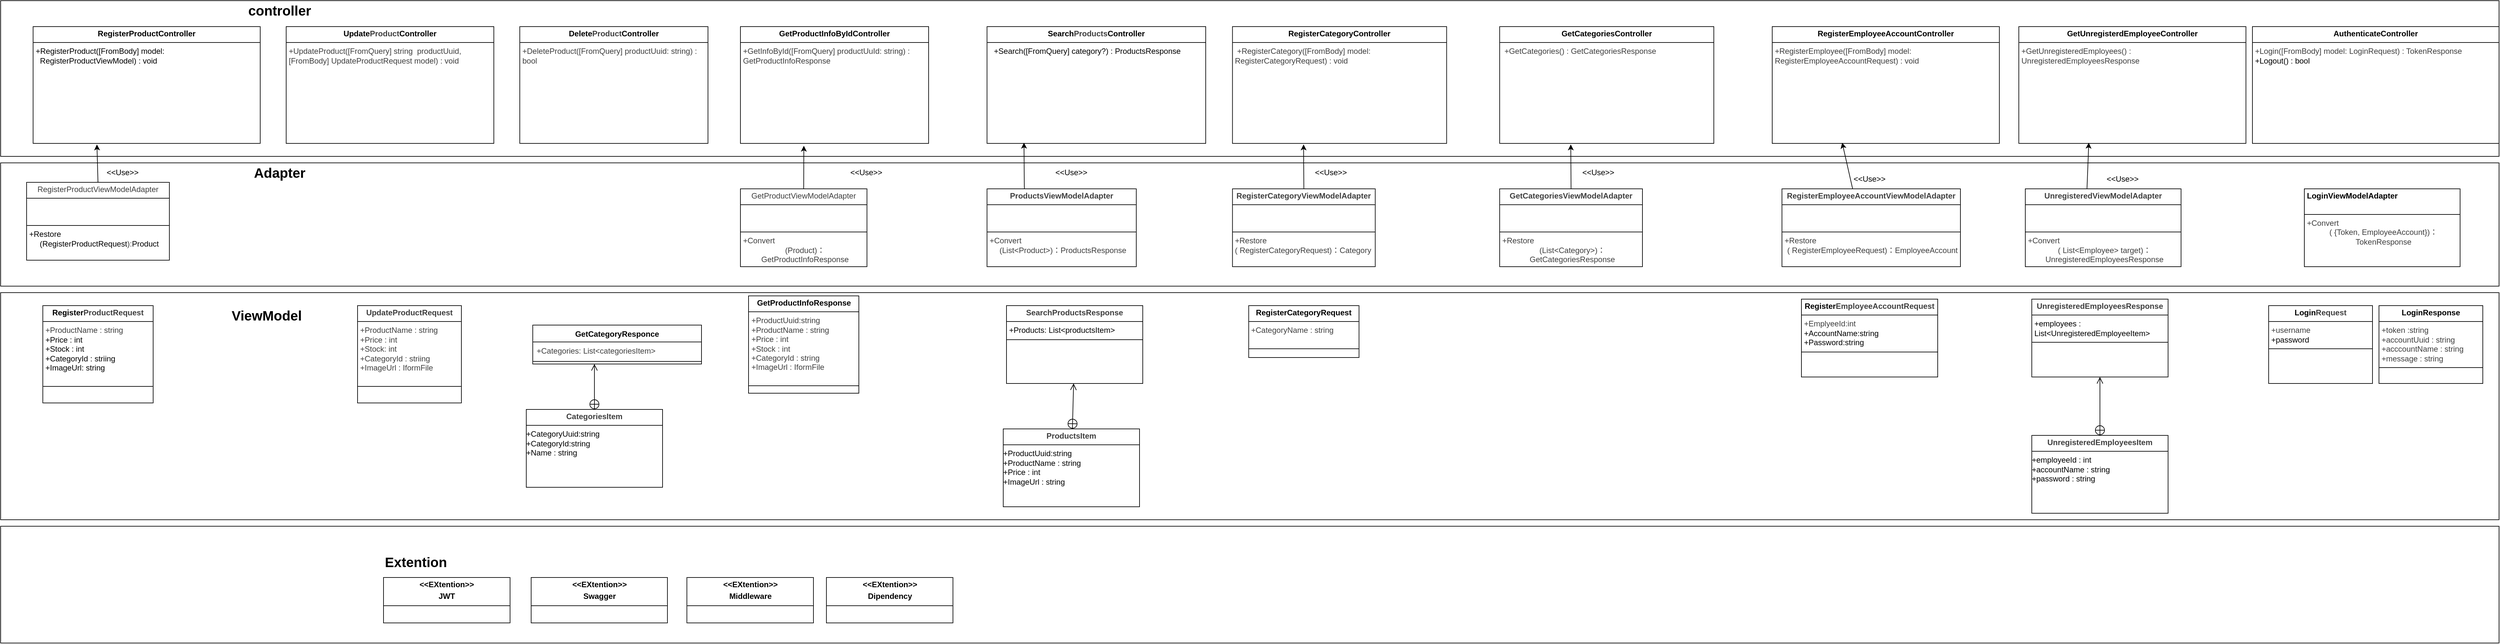
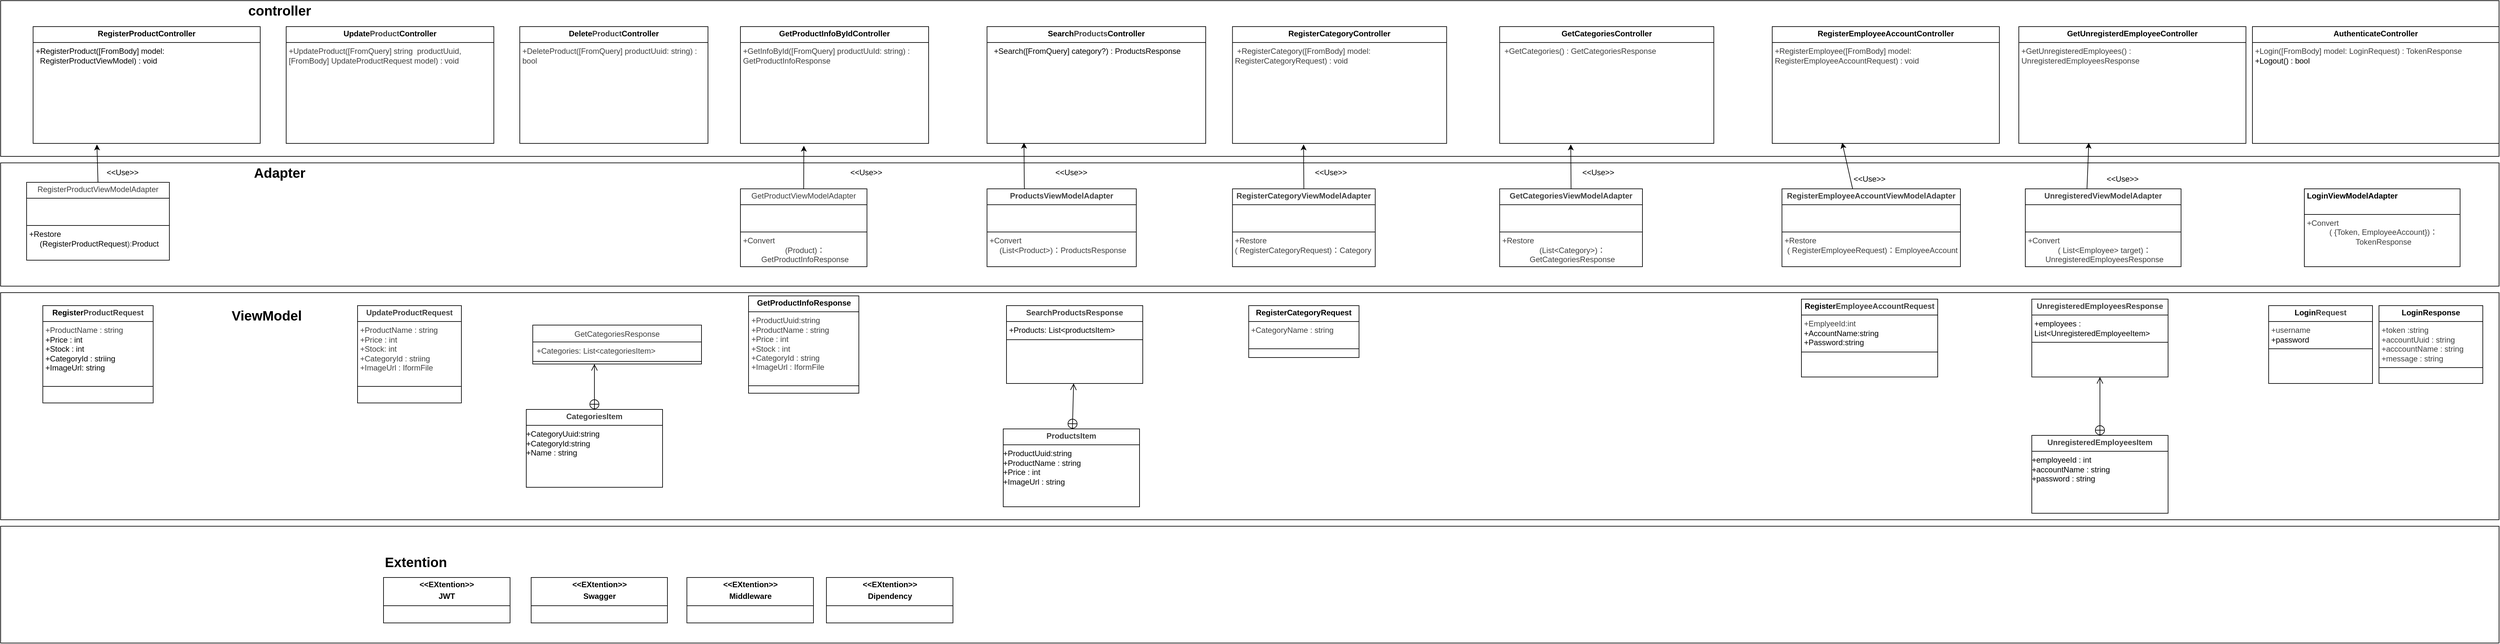
<mxfile host="65bd71144e">
    <diagram id="EApjV0AEF5bl3lN2ML2e" name="ページ1">
-         <mxGraphModel dx="2046" dy="498" grid="1" gridSize="10" guides="1" tooltips="1" connect="1" arrows="1" fold="1" page="1" pageScale="1" pageWidth="827" pageHeight="1169" math="0" shadow="0">
+         <mxGraphModel dx="2278" dy="413" grid="1" gridSize="10" guides="1" tooltips="1" connect="1" arrows="1" fold="1" page="1" pageScale="1" pageWidth="827" pageHeight="1169" math="0" shadow="0">
            <root>
                <mxCell id="0"/>
                <mxCell id="1" parent="0"/>
                <mxCell id="115" value="" style="rounded=0;whiteSpace=wrap;html=1;" parent="1" vertex="1">
                    <mxGeometry x="-1030" y="1640" width="3850" height="180" as="geometry"/>
                </mxCell>
                <mxCell id="110" value="" style="rounded=0;whiteSpace=wrap;html=1;" parent="1" vertex="1">
                    <mxGeometry x="-1030" y="1280" width="3850" height="350" as="geometry"/>
                </mxCell>
                <mxCell id="108" value="" style="rounded=0;whiteSpace=wrap;html=1;" parent="1" vertex="1">
                    <mxGeometry x="-1030" y="830" width="3850" height="240" as="geometry"/>
                </mxCell>
                <mxCell id="66" value="" style="rounded=0;whiteSpace=wrap;html=1;" parent="1" vertex="1">
                    <mxGeometry x="-1030" y="1080" width="3850" height="190" as="geometry"/>
                </mxCell>
                <mxCell id="2" value="&lt;p style=&quot;margin:0px;margin-top:4px;text-align:center;&quot;&gt;&lt;b&gt;RegisterProductController&lt;/b&gt;&lt;/p&gt;&lt;hr size=&quot;1&quot; style=&quot;border-style:solid;&quot;&gt;&lt;p style=&quot;margin:0px;margin-left:4px;&quot;&gt;+RegisterProduct([FromBody] model:&amp;nbsp; &amp;nbsp;&amp;nbsp;&lt;/p&gt;&lt;p style=&quot;margin:0px;margin-left:4px;&quot;&gt;&amp;nbsp; RegisterProductViewModel) : void&lt;/p&gt;&lt;div&gt;&lt;br&gt;&lt;/div&gt;" style="verticalAlign=top;align=left;overflow=fill;html=1;whiteSpace=wrap;" parent="1" vertex="1">
                    <mxGeometry x="-980" y="870" width="350" height="180" as="geometry"/>
                </mxCell>
                <mxCell id="3" value="&lt;p style=&quot;margin:0px;margin-top:4px;text-align:center;&quot;&gt;&lt;b&gt;Register&lt;span style=&quot;color: rgb(63, 63, 63);&quot;&gt;ProductRequest&lt;/span&gt;&lt;/b&gt;&lt;/p&gt;&lt;hr size=&quot;1&quot; style=&quot;border-style:solid;&quot;&gt;&lt;p style=&quot;margin:0px;margin-left:4px;&quot;&gt;&lt;span style=&quot;color: rgb(63, 63, 63); background-color: transparent;&quot;&gt;+ProductName : string&lt;/span&gt;&lt;/p&gt;&lt;p style=&quot;margin:0px;margin-left:4px;&quot;&gt;+Price : int&lt;/p&gt;&lt;p style=&quot;margin:0px;margin-left:4px;&quot;&gt;+Stock : int&lt;/p&gt;&lt;p style=&quot;margin:0px;margin-left:4px;&quot;&gt;+CategoryId : striing&lt;/p&gt;&lt;p style=&quot;margin:0px;margin-left:4px;&quot;&gt;+ImageUrl: string&lt;/p&gt;&lt;p style=&quot;margin:0px;margin-left:4px;&quot;&gt;&lt;br&gt;&lt;/p&gt;&lt;hr size=&quot;1&quot; style=&quot;border-style:solid;&quot;&gt;&lt;p style=&quot;margin:0px;margin-left:4px;&quot;&gt;&lt;br&gt;&lt;/p&gt;" style="verticalAlign=top;align=left;overflow=fill;html=1;whiteSpace=wrap;" parent="1" vertex="1">
                    <mxGeometry x="-965" y="1300" width="170" height="150" as="geometry"/>
                </mxCell>
                <mxCell id="4" value="&lt;p style=&quot;margin:0px;margin-top:4px;text-align:center;&quot;&gt;&lt;span style=&quot;color: rgb(63, 63, 63); background-color: transparent;&quot;&gt;Register&lt;span style=&quot;color: rgb(63, 63, 63); scrollbar-color: rgb(226, 226, 226) rgb(251, 251, 251);&quot;&gt;Product&lt;/span&gt;ViewModelAdapter&lt;/span&gt;&lt;/p&gt;&lt;hr size=&quot;1&quot; style=&quot;border-style:solid;&quot;&gt;&lt;p style=&quot;margin:0px;margin-left:4px;&quot;&gt;&lt;br&gt;&lt;/p&gt;&lt;p style=&quot;margin:0px;margin-left:4px;&quot;&gt;&lt;br&gt;&lt;/p&gt;&lt;hr size=&quot;1&quot; style=&quot;border-style:solid;&quot;&gt;&lt;p style=&quot;margin:0px;margin-left:4px;&quot;&gt;+Restore&lt;/p&gt;&lt;p style=&quot;text-align: center; margin: 0px 0px 0px 4px;&quot;&gt;&lt;span style=&quot;background-color: transparent;&quot;&gt;(RegisterProductRequest&lt;/span&gt;&lt;span style=&quot;background-color: transparent; color: rgb(63, 63, 63);&quot;&gt;):&lt;/span&gt;&lt;span style=&quot;background-color: transparent;&quot;&gt;Product&lt;/span&gt;&lt;/p&gt;" style="verticalAlign=top;align=left;overflow=fill;html=1;whiteSpace=wrap;" parent="1" vertex="1">
                    <mxGeometry x="-990" y="1110" width="220" height="120" as="geometry"/>
                </mxCell>
                <mxCell id="5" value="&lt;p style=&quot;margin:0px;margin-top:4px;text-align:center;&quot;&gt;&lt;b&gt;Update&lt;/b&gt;&lt;b style=&quot;color: rgb(63, 63, 63); scrollbar-color: rgb(226, 226, 226) rgb(251, 251, 251);&quot;&gt;Product&lt;/b&gt;&lt;b&gt;Controller&lt;/b&gt;&lt;/p&gt;&lt;hr size=&quot;1&quot; style=&quot;border-style:solid;&quot;&gt;&lt;p style=&quot;margin:0px;margin-left:4px;&quot;&gt;&lt;/p&gt;&lt;p style=&quot;margin:0px;margin-left:4px;&quot;&gt;&lt;span style=&quot;color: rgb(63, 63, 63); background-color: transparent;&quot;&gt;+UpdateProduct([FromQuery] string&amp;nbsp; productUuid,&amp;nbsp; [FromBody] UpdateProductRequest model) : void&lt;/span&gt;&lt;/p&gt;" style="verticalAlign=top;align=left;overflow=fill;html=1;whiteSpace=wrap;" parent="1" vertex="1">
                    <mxGeometry x="-590" y="870" width="320" height="180" as="geometry"/>
                </mxCell>
                <mxCell id="6" value="&lt;p style=&quot;margin:0px;margin-top:4px;text-align:center;&quot;&gt;&lt;b&gt;Delete&lt;/b&gt;&lt;b style=&quot;color: rgb(63, 63, 63); scrollbar-color: rgb(226, 226, 226) rgb(251, 251, 251);&quot;&gt;Product&lt;/b&gt;&lt;b&gt;Controller&lt;/b&gt;&lt;/p&gt;&lt;hr size=&quot;1&quot; style=&quot;border-style:solid;&quot;&gt;&lt;p style=&quot;color: rgb(63, 63, 63); scrollbar-color: rgb(226, 226, 226) rgb(251, 251, 251); margin: 0px 0px 0px 4px;&quot;&gt;&lt;span style=&quot;background-color: transparent;&quot;&gt;+DeleteProduct([FromQuery] productUuid: string) : bool&lt;/span&gt;&lt;/p&gt;" style="verticalAlign=top;align=left;overflow=fill;html=1;whiteSpace=wrap;" parent="1" vertex="1">
                    <mxGeometry x="-230" y="870" width="290" height="180" as="geometry"/>
                </mxCell>
                <mxCell id="7" value="&lt;p style=&quot;margin:0px;margin-top:4px;text-align:center;&quot;&gt;&lt;b&gt;Search&lt;/b&gt;&lt;b style=&quot;color: rgb(63, 63, 63); scrollbar-color: rgb(226, 226, 226) rgb(251, 251, 251);&quot;&gt;Products&lt;/b&gt;&lt;b&gt;Controller&lt;/b&gt;&lt;/p&gt;&lt;hr size=&quot;1&quot; style=&quot;border-style:solid;&quot;&gt;&lt;p style=&quot;margin:0px;margin-left:4px;&quot;&gt;&amp;nbsp; +Search([FromQuery] category?) : ProductsResponse&lt;/p&gt;" style="verticalAlign=top;align=left;overflow=fill;html=1;whiteSpace=wrap;" parent="1" vertex="1">
                    <mxGeometry x="490" y="870" width="337" height="180" as="geometry"/>
                </mxCell>
                <mxCell id="8" value="&lt;p style=&quot;margin:0px;margin-top:4px;text-align:center;&quot;&gt;&lt;b&gt;RegisterEmployeeAccountController&lt;/b&gt;&lt;/p&gt;&lt;hr size=&quot;1&quot; style=&quot;border-style:solid;&quot;&gt;&lt;p style=&quot;margin:0px;margin-left:4px;&quot;&gt;&lt;span style=&quot;color: rgb(63, 63, 63); background-color: transparent;&quot;&gt;+RegisterEmployee([FromBody] model: RegisterEmployeeAccountRequest) : void&lt;/span&gt;&lt;/p&gt;&lt;div&gt;&lt;br&gt;&lt;/div&gt;" style="verticalAlign=top;align=left;overflow=fill;html=1;whiteSpace=wrap;" parent="1" vertex="1">
                    <mxGeometry x="1700" y="870" width="350" height="180" as="geometry"/>
                </mxCell>
                <mxCell id="9" value="&lt;p style=&quot;margin:0px;margin-top:4px;text-align:center;&quot;&gt;&lt;b&gt;AuthenticateController&lt;/b&gt;&lt;/p&gt;&lt;hr size=&quot;1&quot; style=&quot;border-style:solid;&quot;&gt;&lt;p style=&quot;margin:0px;margin-left:4px;&quot;&gt;&lt;span style=&quot;color: rgb(63, 63, 63); background-color: transparent;&quot;&gt;+Login([FromBody] model: LoginRequest) : TokenResponse&amp;nbsp;&lt;/span&gt;&lt;/p&gt;&lt;p style=&quot;margin:0px;margin-left:4px;&quot;&gt;+Logout() : bool&lt;/p&gt;" style="verticalAlign=top;align=left;overflow=fill;html=1;whiteSpace=wrap;" parent="1" vertex="1">
                    <mxGeometry x="2440" y="870" width="380" height="180" as="geometry"/>
                </mxCell>
                <mxCell id="10" value="&lt;p style=&quot;margin:0px;margin-top:4px;text-align:center;&quot;&gt;&lt;b&gt;&lt;span style=&quot;background-color: transparent; color: rgb(63, 63, 63); scrollbar-color: rgb(226, 226, 226) rgb(251, 251, 251);&quot;&gt;Update&lt;/span&gt;&lt;span style=&quot;color: rgb(63, 63, 63);&quot;&gt;ProductRequest&lt;/span&gt;&lt;/b&gt;&lt;/p&gt;&lt;hr size=&quot;1&quot; style=&quot;border-style:solid;&quot;&gt;&lt;p style=&quot;color: rgb(63, 63, 63); scrollbar-color: rgb(226, 226, 226) rgb(251, 251, 251); margin: 0px 0px 0px 4px;&quot;&gt;&lt;span style=&quot;scrollbar-color: rgb(226, 226, 226) rgb(251, 251, 251); background-color: transparent; color: rgb(63, 63, 63);&quot;&gt;+ProductName : string&lt;/span&gt;&lt;/p&gt;&lt;p style=&quot;color: rgb(63, 63, 63); scrollbar-color: rgb(226, 226, 226) rgb(251, 251, 251); margin: 0px 0px 0px 4px;&quot;&gt;+Price : int&lt;/p&gt;&lt;p style=&quot;color: rgb(63, 63, 63); scrollbar-color: rgb(226, 226, 226) rgb(251, 251, 251); margin: 0px 0px 0px 4px;&quot;&gt;+Stock: int&lt;/p&gt;&lt;p style=&quot;color: rgb(63, 63, 63); scrollbar-color: rgb(226, 226, 226) rgb(251, 251, 251); margin: 0px 0px 0px 4px;&quot;&gt;+CategoryId : striing&lt;/p&gt;&lt;p style=&quot;color: rgb(63, 63, 63); scrollbar-color: rgb(226, 226, 226) rgb(251, 251, 251); margin: 0px 0px 0px 4px;&quot;&gt;+ImageUrl : IformFile&lt;/p&gt;&lt;p style=&quot;color: rgb(63, 63, 63); scrollbar-color: rgb(226, 226, 226) rgb(251, 251, 251); margin: 0px 0px 0px 4px;&quot;&gt;&lt;br style=&quot;color: rgb(63, 63, 63); scrollbar-color: rgb(226, 226, 226) rgb(251, 251, 251);&quot;&gt;&lt;/p&gt;&lt;hr size=&quot;1&quot; style=&quot;border-style:solid;&quot;&gt;&lt;p style=&quot;margin:0px;margin-left:4px;&quot;&gt;&lt;br&gt;&lt;/p&gt;" style="verticalAlign=top;align=left;overflow=fill;html=1;whiteSpace=wrap;" parent="1" vertex="1">
                    <mxGeometry x="-480" y="1300" width="160" height="150" as="geometry"/>
                </mxCell>
                <mxCell id="12" value="&lt;p style=&quot;margin:0px;margin-top:4px;text-align:center;&quot;&gt;&lt;b&gt;Register&lt;/b&gt;&lt;b style=&quot;scrollbar-color: rgb(226, 226, 226) rgb(251, 251, 251); background-color: transparent; color: rgb(63, 63, 63);&quot;&gt;EmployeeAccountRequest&lt;/b&gt;&lt;/p&gt;&lt;hr size=&quot;1&quot; style=&quot;border-style:solid;&quot;&gt;&lt;p style=&quot;margin:0px;margin-left:4px;&quot;&gt;&lt;span style=&quot;color: rgb(63, 63, 63); background-color: transparent;&quot;&gt;+EmplyeeId:int&lt;/span&gt;&lt;/p&gt;&lt;p style=&quot;margin:0px;margin-left:4px;&quot;&gt;+AccountName:string&lt;/p&gt;&lt;p style=&quot;margin:0px;margin-left:4px;&quot;&gt;+Password:string&lt;/p&gt;&lt;hr size=&quot;1&quot; style=&quot;border-style:solid;&quot;&gt;&lt;p style=&quot;margin:0px;margin-left:4px;&quot;&gt;&lt;br&gt;&lt;/p&gt;" style="verticalAlign=top;align=left;overflow=fill;html=1;whiteSpace=wrap;" parent="1" vertex="1">
                    <mxGeometry x="1745" y="1290" width="210" height="120" as="geometry"/>
                </mxCell>
                <mxCell id="13" value="&lt;p style=&quot;margin:0px;margin-top:4px;text-align:center;&quot;&gt;&lt;b style=&quot;color: rgb(63, 63, 63); background-color: transparent;&quot;&gt;Register&lt;span style=&quot;color: rgb(63, 63, 63);&quot;&gt;EmployeeAccount&lt;/span&gt;ViewModelAdapter&lt;/b&gt;&lt;/p&gt;&lt;hr size=&quot;1&quot; style=&quot;border-style:solid;&quot;&gt;&lt;p style=&quot;margin:0px;margin-left:4px;&quot;&gt;&lt;br&gt;&lt;/p&gt;&lt;p style=&quot;margin:0px;margin-left:4px;&quot;&gt;&lt;br&gt;&lt;/p&gt;&lt;hr size=&quot;1&quot; style=&quot;border-style:solid;&quot;&gt;&lt;p style=&quot;margin:0px;margin-left:4px;&quot;&gt;&lt;span style=&quot;color: rgb(63, 63, 63); scrollbar-color: rgb(226, 226, 226) rgb(251, 251, 251); background-color: transparent;&quot;&gt;+Restore&lt;/span&gt;&lt;/p&gt;&lt;p style=&quot;text-align: center; margin: 0px 0px 0px 4px;&quot;&gt;&lt;span style=&quot;color: rgb(63, 63, 63); scrollbar-color: rgb(226, 226, 226) rgb(251, 251, 251); background-color: transparent;&quot;&gt;(&lt;/span&gt;&lt;span style=&quot;scrollbar-color: rgb(226, 226, 226) rgb(251, 251, 251); background-color: transparent; text-align: center; color: rgb(63, 63, 63);&quot;&gt;&amp;nbsp;RegisterEmployeeRequest&lt;/span&gt;&lt;span style=&quot;background-color: transparent; scrollbar-color: rgb(226, 226, 226) rgb(251, 251, 251); color: rgb(63, 63, 63);&quot;&gt;)&lt;/span&gt;&lt;span style=&quot;background-color: transparent; color: rgb(63, 63, 63);&quot;&gt;：EmployeeAccount&lt;/span&gt;&lt;/p&gt;" style="verticalAlign=top;align=left;overflow=fill;html=1;whiteSpace=wrap;" parent="1" vertex="1">
                    <mxGeometry x="1715" y="1120" width="275" height="120" as="geometry"/>
                </mxCell>
                <mxCell id="16" value="&lt;p style=&quot;margin:0px;margin-top:4px;text-align:center;&quot;&gt;&lt;b&gt;Login&lt;span style=&quot;color: rgb(63, 63, 63);&quot;&gt;Request&lt;/span&gt;&lt;/b&gt;&lt;/p&gt;&lt;hr size=&quot;1&quot; style=&quot;border-style:solid;&quot;&gt;&lt;p style=&quot;margin:0px;margin-left:4px;&quot;&gt;&lt;span style=&quot;color: rgb(63, 63, 63); background-color: transparent;&quot;&gt;+username&lt;/span&gt;&lt;/p&gt;&lt;p style=&quot;margin:0px;margin-left:4px;&quot;&gt;+password&lt;/p&gt;&lt;hr size=&quot;1&quot; style=&quot;border-style:solid;&quot;&gt;&lt;p style=&quot;margin:0px;margin-left:4px;&quot;&gt;&lt;br&gt;&lt;/p&gt;" style="verticalAlign=top;align=left;overflow=fill;html=1;whiteSpace=wrap;" parent="1" vertex="1">
                    <mxGeometry x="2465" y="1300" width="160" height="120" as="geometry"/>
                </mxCell>
                <mxCell id="17" value="&lt;p style=&quot;margin:0px;margin-top:4px;text-align:center;&quot;&gt;&lt;b&gt;LoginResponse&lt;/b&gt;&lt;/p&gt;&lt;hr size=&quot;1&quot; style=&quot;border-style:solid;&quot;&gt;&lt;p style=&quot;margin:0px;margin-left:4px;&quot;&gt;&lt;span style=&quot;color: rgb(63, 63, 63); background-color: transparent;&quot;&gt;+token :string&lt;/span&gt;&lt;/p&gt;&lt;p style=&quot;margin:0px;margin-left:4px;&quot;&gt;&lt;span style=&quot;color: rgb(63, 63, 63); background-color: transparent;&quot;&gt;+accountUuid : string&lt;/span&gt;&lt;/p&gt;&lt;p style=&quot;margin:0px;margin-left:4px;&quot;&gt;&lt;span style=&quot;color: rgb(63, 63, 63); background-color: transparent;&quot;&gt;+acccountName : string&lt;/span&gt;&lt;/p&gt;&lt;p style=&quot;margin:0px;margin-left:4px;&quot;&gt;&lt;span style=&quot;color: rgb(63, 63, 63); background-color: transparent;&quot;&gt;+message : string&lt;/span&gt;&lt;/p&gt;&lt;hr size=&quot;1&quot; style=&quot;border-style:solid;&quot;&gt;&lt;p style=&quot;margin:0px;margin-left:4px;&quot;&gt;&lt;br&gt;&lt;/p&gt;" style="verticalAlign=top;align=left;overflow=fill;html=1;whiteSpace=wrap;" parent="1" vertex="1">
                    <mxGeometry x="2635" y="1300" width="160" height="120" as="geometry"/>
                </mxCell>
                <mxCell id="18" value="&lt;p style=&quot;margin:0px;margin-top:4px;text-align:center;&quot;&gt;&lt;b&gt;&amp;lt;&amp;lt;EXtention&amp;gt;&amp;gt;&lt;/b&gt;&lt;/p&gt;&lt;p style=&quot;margin:0px;margin-top:4px;text-align:center;&quot;&gt;&lt;b&gt;JWT&lt;/b&gt;&lt;/p&gt;&lt;hr size=&quot;1&quot; style=&quot;border-style:solid;&quot;&gt;&lt;p style=&quot;margin:0px;margin-left:4px;&quot;&gt;&lt;br&gt;&lt;/p&gt;&lt;p style=&quot;margin:0px;margin-left:4px;&quot;&gt;&lt;br&gt;&lt;/p&gt;&lt;hr size=&quot;1&quot; style=&quot;border-style:solid;&quot;&gt;&lt;p style=&quot;margin:0px;margin-left:4px;&quot;&gt;&lt;br&gt;&lt;/p&gt;&lt;p style=&quot;margin:0px;margin-left:4px;&quot;&gt;&lt;br&gt;&lt;/p&gt;" style="verticalAlign=top;align=left;overflow=fill;html=1;whiteSpace=wrap;" parent="1" vertex="1">
                    <mxGeometry x="-440" y="1719" width="195" height="70" as="geometry"/>
                </mxCell>
                <mxCell id="19" value="&lt;p style=&quot;margin:0px;margin-top:4px;text-align:center;&quot;&gt;&lt;b&gt;&amp;lt;&amp;lt;EXtention&amp;gt;&amp;gt;&lt;/b&gt;&lt;/p&gt;&lt;p style=&quot;margin:0px;margin-top:4px;text-align:center;&quot;&gt;&lt;b&gt;Swagger&lt;/b&gt;&lt;/p&gt;&lt;hr size=&quot;1&quot; style=&quot;border-style:solid;&quot;&gt;&lt;p style=&quot;margin:0px;margin-left:4px;&quot;&gt;&lt;br&gt;&lt;/p&gt;&lt;p style=&quot;margin:0px;margin-left:4px;&quot;&gt;&lt;br&gt;&lt;/p&gt;&lt;hr size=&quot;1&quot; style=&quot;border-style:solid;&quot;&gt;&lt;p style=&quot;margin:0px;margin-left:4px;&quot;&gt;&lt;br&gt;&lt;/p&gt;" style="verticalAlign=top;align=left;overflow=fill;html=1;whiteSpace=wrap;" parent="1" vertex="1">
                    <mxGeometry x="-212.5" y="1719" width="210" height="70" as="geometry"/>
                </mxCell>
                <mxCell id="20" value="&lt;p style=&quot;margin:0px;margin-top:4px;text-align:center;&quot;&gt;&lt;b&gt;&amp;lt;&amp;lt;EXtention&amp;gt;&amp;gt;&lt;/b&gt;&lt;/p&gt;&lt;p style=&quot;margin:0px;margin-top:4px;text-align:center;&quot;&gt;&lt;b&gt;Middleware&lt;/b&gt;&lt;/p&gt;&lt;hr size=&quot;1&quot; style=&quot;border-style:solid;&quot;&gt;&lt;p style=&quot;margin:0px;margin-left:4px;&quot;&gt;&lt;br&gt;&lt;/p&gt;&lt;hr size=&quot;1&quot; style=&quot;border-style:solid;&quot;&gt;&lt;p style=&quot;margin:0px;margin-left:4px;&quot;&gt;&lt;br&gt;&lt;/p&gt;" style="verticalAlign=top;align=left;overflow=fill;html=1;whiteSpace=wrap;" parent="1" vertex="1">
                    <mxGeometry x="27.5" y="1719" width="195" height="70" as="geometry"/>
                </mxCell>
                <mxCell id="21" value="&lt;p style=&quot;margin:0px;margin-top:4px;text-align:center;&quot;&gt;&lt;b&gt;&amp;lt;&amp;lt;EXtention&amp;gt;&amp;gt;&lt;/b&gt;&lt;/p&gt;&lt;p style=&quot;margin:0px;margin-top:4px;text-align:center;&quot;&gt;&lt;b&gt;Dipendency&lt;/b&gt;&lt;/p&gt;&lt;hr size=&quot;1&quot; style=&quot;border-style:solid;&quot;&gt;&lt;p style=&quot;margin:0px;margin-left:4px;&quot;&gt;&lt;br&gt;&lt;/p&gt;&lt;hr size=&quot;1&quot; style=&quot;border-style:solid;&quot;&gt;&lt;p style=&quot;margin:0px;margin-left:4px;&quot;&gt;&lt;br&gt;&lt;/p&gt;&lt;p style=&quot;margin:0px;margin-left:4px;&quot;&gt;&lt;br&gt;&lt;/p&gt;" style="verticalAlign=top;align=left;overflow=fill;html=1;whiteSpace=wrap;" parent="1" vertex="1">
                    <mxGeometry x="242.5" y="1719" width="195" height="70" as="geometry"/>
                </mxCell>
                <mxCell id="22" value="&lt;p style=&quot;margin:0px;margin-top:4px;text-align:center;&quot;&gt;&lt;b&gt;RegisterCategoryController&lt;/b&gt;&lt;/p&gt;&lt;hr size=&quot;1&quot; style=&quot;border-style:solid;&quot;&gt;&lt;p style=&quot;margin:0px;margin-left:4px;&quot;&gt;&lt;/p&gt;&lt;p style=&quot;margin:0px;margin-left:4px;&quot;&gt;&lt;span style=&quot;color: rgb(63, 63, 63); background-color: transparent;&quot;&gt;&amp;nbsp;+RegisterCategory([FromBody] model: RegisterCategoryRequest) : void&lt;/span&gt;&lt;/p&gt;" style="verticalAlign=top;align=left;overflow=fill;html=1;whiteSpace=wrap;" parent="1" vertex="1">
                    <mxGeometry x="868.25" y="870" width="330" height="180" as="geometry"/>
                </mxCell>
                <mxCell id="23" value="&lt;p style=&quot;margin:0px;margin-top:4px;text-align:center;&quot;&gt;&lt;b&gt;RegisterCategoryRequest&lt;/b&gt;&lt;/p&gt;&lt;hr size=&quot;1&quot; style=&quot;border-style:solid;&quot;&gt;&lt;p style=&quot;color: rgb(63, 63, 63); scrollbar-color: rgb(226, 226, 226) rgb(251, 251, 251); margin: 0px 0px 0px 4px;&quot;&gt;+CategoryName : string&lt;/p&gt;&lt;p style=&quot;margin:0px;margin-left:4px;&quot;&gt;&lt;br&gt;&lt;/p&gt;&lt;hr size=&quot;1&quot; style=&quot;border-style:solid;&quot;&gt;&lt;p style=&quot;margin:0px;margin-left:4px;&quot;&gt;&lt;br&gt;&lt;/p&gt;" style="verticalAlign=top;align=left;overflow=fill;html=1;whiteSpace=wrap;" parent="1" vertex="1">
                    <mxGeometry x="893.25" y="1300" width="170" height="80" as="geometry"/>
                </mxCell>
                <mxCell id="26" style="edgeStyle=none;html=1;exitX=0.5;exitY=0;exitDx=0;exitDy=0;entryX=0.281;entryY=1.009;entryDx=0;entryDy=0;entryPerimeter=0;" parent="1" source="4" target="2" edge="1">
                    <mxGeometry relative="1" as="geometry"/>
                </mxCell>
                <mxCell id="31" value="&lt;p style=&quot;margin:0px;margin-top:4px;text-align:center;&quot;&gt;&lt;b style=&quot;color: rgb(63, 63, 63); background-color: transparent;&quot;&gt;RegisterCategoryViewModelAdapter&lt;/b&gt;&lt;/p&gt;&lt;hr size=&quot;1&quot; style=&quot;border-style:solid;&quot;&gt;&lt;p style=&quot;margin:0px;margin-left:4px;&quot;&gt;&lt;br&gt;&lt;/p&gt;&lt;p style=&quot;margin:0px;margin-left:4px;&quot;&gt;&lt;br&gt;&lt;/p&gt;&lt;hr size=&quot;1&quot; style=&quot;border-style:solid;&quot;&gt;&lt;p style=&quot;margin:0px;margin-left:4px;&quot;&gt;&lt;span style=&quot;color: rgb(63, 63, 63); scrollbar-color: rgb(226, 226, 226) rgb(251, 251, 251); background-color: transparent;&quot;&gt;+Restore&lt;/span&gt;&lt;/p&gt;&lt;p style=&quot;margin:0px;margin-left:4px;&quot;&gt;&lt;span style=&quot;color: rgb(63, 63, 63); scrollbar-color: rgb(226, 226, 226) rgb(251, 251, 251); background-color: transparent;&quot;&gt;(&lt;/span&gt;&lt;span style=&quot;scrollbar-color: rgb(226, 226, 226) rgb(251, 251, 251); background-color: transparent; text-align: center; color: rgb(63, 63, 63);&quot;&gt;&amp;nbsp;RegisterCategoryRequest&lt;/span&gt;&lt;span style=&quot;background-color: transparent; scrollbar-color: rgb(226, 226, 226) rgb(251, 251, 251); color: rgb(63, 63, 63);&quot;&gt;)&lt;/span&gt;&lt;span style=&quot;background-color: transparent; color: rgb(63, 63, 63);&quot;&gt;：Category&lt;/span&gt;&lt;/p&gt;" style="verticalAlign=top;align=left;overflow=fill;html=1;whiteSpace=wrap;" parent="1" vertex="1">
                    <mxGeometry x="868.25" y="1120" width="220" height="120" as="geometry"/>
                </mxCell>
                <mxCell id="33" style="edgeStyle=none;html=1;exitX=0.5;exitY=0;exitDx=0;exitDy=0;entryX=0.332;entryY=1.009;entryDx=0;entryDy=0;entryPerimeter=0;" parent="1" source="31" target="22" edge="1">
                    <mxGeometry relative="1" as="geometry"/>
                </mxCell>
                <mxCell id="34" style="edgeStyle=none;html=1;exitX=0.396;exitY=0;exitDx=0;exitDy=0;entryX=0.308;entryY=0.994;entryDx=0;entryDy=0;entryPerimeter=0;exitPerimeter=0;" parent="1" source="13" target="8" edge="1">
                    <mxGeometry relative="1" as="geometry"/>
                </mxCell>
                <mxCell id="38" value="&amp;lt;&amp;lt;Use&amp;gt;&amp;gt;" style="text;html=1;align=center;verticalAlign=middle;whiteSpace=wrap;rounded=0;" parent="1" vertex="1">
                    <mxGeometry x="1820" y="1090" width="60" height="30" as="geometry"/>
                </mxCell>
                <mxCell id="39" value="&amp;lt;&amp;lt;Use&amp;gt;&amp;gt;" style="text;html=1;align=center;verticalAlign=middle;whiteSpace=wrap;rounded=0;" parent="1" vertex="1">
                    <mxGeometry x="990" y="1080" width="60" height="30" as="geometry"/>
                </mxCell>
                <mxCell id="42" value="&amp;lt;&amp;lt;Use&amp;gt;&amp;gt;" style="text;html=1;align=center;verticalAlign=middle;whiteSpace=wrap;rounded=0;" parent="1" vertex="1">
                    <mxGeometry x="-871.75" y="1080" width="60" height="30" as="geometry"/>
                </mxCell>
                <mxCell id="47" value="controller" style="text;html=1;align=center;verticalAlign=middle;whiteSpace=wrap;rounded=0;fontStyle=1;fontSize=21;" parent="1" vertex="1">
                    <mxGeometry x="-630" y="830" width="60" height="30" as="geometry"/>
                </mxCell>
                <mxCell id="64" value="Adapter" style="text;html=1;align=center;verticalAlign=middle;whiteSpace=wrap;rounded=0;fontStyle=1;fontSize=21;" parent="1" vertex="1">
                    <mxGeometry x="-630" y="1080" width="60" height="30" as="geometry"/>
                </mxCell>
                <mxCell id="67" value="ViewModel" style="text;html=1;align=center;verticalAlign=middle;whiteSpace=wrap;rounded=0;fontStyle=1;fontSize=21;" parent="1" vertex="1">
                    <mxGeometry x="-650" y="1300" width="60" height="30" as="geometry"/>
                </mxCell>
                <mxCell id="68" value="Extention" style="text;html=1;align=center;verticalAlign=middle;whiteSpace=wrap;rounded=0;fontStyle=1;fontSize=21;" parent="1" vertex="1">
                    <mxGeometry x="-420" y="1680" width="60" height="30" as="geometry"/>
                </mxCell>
                <mxCell id="80" value="&lt;p style=&quot;margin:0px;margin-top:4px;text-align:center;&quot;&gt;&lt;span style=&quot;color: rgb(63, 63, 63); background-color: transparent;&quot;&gt;&lt;b&gt;&lt;span style=&quot;color: rgb(63, 63, 63);&quot;&gt;Products&lt;/span&gt;ViewModelAdapter&lt;/b&gt;&lt;/span&gt;&lt;/p&gt;&lt;hr size=&quot;1&quot; style=&quot;border-style:solid;&quot;&gt;&lt;p style=&quot;margin:0px;margin-left:4px;&quot;&gt;&lt;br&gt;&lt;/p&gt;&lt;p style=&quot;margin:0px;margin-left:4px;&quot;&gt;&lt;br&gt;&lt;/p&gt;&lt;hr size=&quot;1&quot; style=&quot;border-style:solid;&quot;&gt;&lt;p style=&quot;margin:0px;margin-left:4px;&quot;&gt;&lt;span style=&quot;color: rgb(63, 63, 63); scrollbar-color: rgb(226, 226, 226) rgb(251, 251, 251); background-color: transparent;&quot;&gt;+Convert&lt;/span&gt;&lt;/p&gt;&lt;p style=&quot;text-align: center; margin: 0px 0px 0px 4px;&quot;&gt;&lt;span style=&quot;color: rgb(63, 63, 63); scrollbar-color: rgb(226, 226, 226) rgb(251, 251, 251); background-color: transparent;&quot;&gt;(List&amp;lt;Product&amp;gt;&lt;/span&gt;&lt;span style=&quot;background-color: transparent; scrollbar-color: rgb(226, 226, 226) rgb(251, 251, 251); color: rgb(63, 63, 63);&quot;&gt;)&lt;/span&gt;&lt;span style=&quot;background-color: transparent; color: rgb(63, 63, 63);&quot;&gt;：&lt;/span&gt;&lt;span style=&quot;background-color: transparent; scrollbar-color: rgb(226, 226, 226) rgb(251, 251, 251); color: rgb(63, 63, 63);&quot;&gt;ProductsResponse&lt;/span&gt;&lt;/p&gt;" style="verticalAlign=top;align=left;overflow=fill;html=1;whiteSpace=wrap;" parent="1" vertex="1">
                    <mxGeometry x="490" y="1120" width="230" height="120" as="geometry"/>
                </mxCell>
                <mxCell id="81" value="&amp;lt;&amp;lt;Use&amp;gt;&amp;gt;" style="text;html=1;align=center;verticalAlign=middle;whiteSpace=wrap;rounded=0;" parent="1" vertex="1">
                    <mxGeometry x="590" y="1080" width="60" height="30" as="geometry"/>
                </mxCell>
                <mxCell id="82" style="edgeStyle=none;html=1;exitX=0.25;exitY=0;exitDx=0;exitDy=0;entryX=0.169;entryY=0.994;entryDx=0;entryDy=0;entryPerimeter=0;" parent="1" source="80" target="7" edge="1">
                    <mxGeometry relative="1" as="geometry"/>
                </mxCell>
                <mxCell id="84" value="&lt;p style=&quot;margin:0px;margin-top:4px;text-align:center;&quot;&gt;&lt;b&gt;GetUnregisterdEmployeeController&lt;/b&gt;&lt;/p&gt;&lt;hr size=&quot;1&quot; style=&quot;border-style:solid;&quot;&gt;&lt;p style=&quot;margin:0px;margin-left:4px;&quot;&gt;&lt;span style=&quot;color: rgb(63, 63, 63); background-color: transparent;&quot;&gt;+GetUnregisteredEmployees() : UnregisteredEmployeesResponse&lt;/span&gt;&lt;/p&gt;&lt;div&gt;&lt;br&gt;&lt;/div&gt;" style="verticalAlign=top;align=left;overflow=fill;html=1;whiteSpace=wrap;" parent="1" vertex="1">
                    <mxGeometry x="2080" y="870" width="350" height="180" as="geometry"/>
                </mxCell>
                <mxCell id="85" value="&lt;p style=&quot;margin:0px;margin-top:4px;text-align:center;&quot;&gt;&lt;b style=&quot;color: rgb(63, 63, 63); background-color: transparent;&quot;&gt;UnregisteredViewModelAdapter&lt;/b&gt;&lt;/p&gt;&lt;hr size=&quot;1&quot; style=&quot;border-style:solid;&quot;&gt;&lt;p style=&quot;margin:0px;margin-left:4px;&quot;&gt;&lt;br&gt;&lt;/p&gt;&lt;p style=&quot;margin:0px;margin-left:4px;&quot;&gt;&lt;br&gt;&lt;/p&gt;&lt;hr size=&quot;1&quot; style=&quot;border-style:solid;&quot;&gt;&lt;p style=&quot;margin:0px;margin-left:4px;&quot;&gt;&lt;span style=&quot;color: rgb(63, 63, 63); scrollbar-color: rgb(226, 226, 226) rgb(251, 251, 251); background-color: transparent;&quot;&gt;+Convert&lt;/span&gt;&lt;/p&gt;&lt;p style=&quot;text-align: center; margin: 0px 0px 0px 4px;&quot;&gt;&lt;span style=&quot;color: rgb(63, 63, 63); scrollbar-color: rgb(226, 226, 226) rgb(251, 251, 251); background-color: transparent;&quot;&gt;(&lt;/span&gt;&lt;span style=&quot;scrollbar-color: rgb(226, 226, 226) rgb(251, 251, 251); background-color: transparent; text-align: center; color: rgb(63, 63, 63);&quot;&gt;&amp;nbsp;List&amp;lt;Employee&amp;gt; target&lt;/span&gt;&lt;span style=&quot;background-color: transparent; scrollbar-color: rgb(226, 226, 226) rgb(251, 251, 251); color: rgb(63, 63, 63);&quot;&gt;)&lt;/span&gt;&lt;span style=&quot;background-color: transparent; color: rgb(63, 63, 63);&quot;&gt;：UnregisteredEmployeesResponse&lt;/span&gt;&lt;/p&gt;" style="verticalAlign=top;align=left;overflow=fill;html=1;whiteSpace=wrap;" parent="1" vertex="1">
                    <mxGeometry x="2090" y="1120" width="240" height="120" as="geometry"/>
                </mxCell>
                <mxCell id="86" style="edgeStyle=none;html=1;exitX=0.396;exitY=0;exitDx=0;exitDy=0;entryX=0.308;entryY=0.994;entryDx=0;entryDy=0;entryPerimeter=0;exitPerimeter=0;" parent="1" source="85" target="84" edge="1">
                    <mxGeometry relative="1" as="geometry"/>
                </mxCell>
                <mxCell id="87" value="&amp;lt;&amp;lt;Use&amp;gt;&amp;gt;" style="text;html=1;align=center;verticalAlign=middle;whiteSpace=wrap;rounded=0;" parent="1" vertex="1">
                    <mxGeometry x="2210" y="1090" width="60" height="30" as="geometry"/>
                </mxCell>
                <mxCell id="88" value="&lt;p style=&quot;margin:0px;margin-top:4px;text-align:center;&quot;&gt;&lt;b&gt;GetCategoriesController&lt;/b&gt;&lt;/p&gt;&lt;hr size=&quot;1&quot; style=&quot;border-style:solid;&quot;&gt;&lt;p style=&quot;margin:0px;margin-left:4px;&quot;&gt;&lt;span style=&quot;color: rgb(63, 63, 63); background-color: transparent;&quot;&gt;&amp;nbsp;+GetCategories() : GetCategoriesResponse&lt;/span&gt;&lt;/p&gt;" style="verticalAlign=top;align=left;overflow=fill;html=1;whiteSpace=wrap;" parent="1" vertex="1">
                    <mxGeometry x="1280" y="870" width="330" height="180" as="geometry"/>
                </mxCell>
                <mxCell id="89" value="&lt;p style=&quot;margin:0px;margin-top:4px;text-align:center;&quot;&gt;&lt;b style=&quot;color: rgb(63, 63, 63); background-color: transparent;&quot;&gt;GetCategoriesViewModelAdapter&lt;/b&gt;&lt;/p&gt;&lt;hr size=&quot;1&quot; style=&quot;border-style:solid;&quot;&gt;&lt;p style=&quot;margin:0px;margin-left:4px;&quot;&gt;&lt;br&gt;&lt;/p&gt;&lt;p style=&quot;margin:0px;margin-left:4px;&quot;&gt;&lt;br&gt;&lt;/p&gt;&lt;hr size=&quot;1&quot; style=&quot;border-style:solid;&quot;&gt;&lt;p style=&quot;margin:0px;margin-left:4px;&quot;&gt;&lt;span style=&quot;color: rgb(63, 63, 63); scrollbar-color: rgb(226, 226, 226) rgb(251, 251, 251); background-color: transparent;&quot;&gt;+&lt;/span&gt;&lt;span style=&quot;background-color: transparent; color: rgb(63, 63, 63);&quot;&gt;Restore&lt;/span&gt;&lt;/p&gt;&lt;p style=&quot;text-align: center; margin: 0px 0px 0px 4px;&quot;&gt;&lt;span style=&quot;color: rgb(63, 63, 63); scrollbar-color: rgb(226, 226, 226) rgb(251, 251, 251); background-color: transparent;&quot;&gt;(List&amp;lt;Category&amp;gt;&lt;/span&gt;&lt;span style=&quot;background-color: transparent; scrollbar-color: rgb(226, 226, 226) rgb(251, 251, 251); color: rgb(63, 63, 63);&quot;&gt;)&lt;/span&gt;&lt;span style=&quot;background-color: transparent; color: rgb(63, 63, 63);&quot;&gt;：GetCategoriesResponse&lt;/span&gt;&lt;/p&gt;" style="verticalAlign=top;align=left;overflow=fill;html=1;whiteSpace=wrap;" parent="1" vertex="1">
                    <mxGeometry x="1280" y="1120" width="220" height="120" as="geometry"/>
                </mxCell>
                <mxCell id="90" style="edgeStyle=none;html=1;exitX=0.5;exitY=0;exitDx=0;exitDy=0;entryX=0.332;entryY=1.009;entryDx=0;entryDy=0;entryPerimeter=0;" parent="1" source="89" target="88" edge="1">
                    <mxGeometry relative="1" as="geometry"/>
                </mxCell>
                <mxCell id="91" value="&amp;lt;&amp;lt;Use&amp;gt;&amp;gt;" style="text;html=1;align=center;verticalAlign=middle;whiteSpace=wrap;rounded=0;" parent="1" vertex="1">
                    <mxGeometry x="1401.75" y="1080" width="60" height="30" as="geometry"/>
                </mxCell>
                <mxCell id="92" style="edgeStyle=none;html=1;exitX=0.5;exitY=0;exitDx=0;exitDy=0;entryX=0.337;entryY=1.02;entryDx=0;entryDy=0;entryPerimeter=0;" parent="1" source="94" target="93" edge="1">
                    <mxGeometry relative="1" as="geometry"/>
                </mxCell>
                <mxCell id="93" value="&lt;p style=&quot;margin:0px;margin-top:4px;text-align:center;&quot;&gt;&lt;b&gt;GetProductInfoByIdController&lt;/b&gt;&lt;/p&gt;&lt;hr size=&quot;1&quot; style=&quot;border-style:solid;&quot;&gt;&lt;p style=&quot;color: rgb(63, 63, 63); scrollbar-color: rgb(226, 226, 226) rgb(251, 251, 251); margin: 0px 0px 0px 4px;&quot;&gt;&lt;span style=&quot;background-color: transparent;&quot;&gt;+GetInfoById([FromQuery] productUuId: string) : GetProductInfoResponse&lt;/span&gt;&lt;/p&gt;" style="verticalAlign=top;align=left;overflow=fill;html=1;whiteSpace=wrap;" parent="1" vertex="1">
                    <mxGeometry x="110" y="870" width="290" height="180" as="geometry"/>
                </mxCell>
                <mxCell id="94" value="&lt;p style=&quot;margin:0px;margin-top:4px;text-align:center;&quot;&gt;&lt;span style=&quot;color: rgb(63, 63, 63); background-color: transparent;&quot;&gt;&lt;span style=&quot;color: rgb(63, 63, 63);&quot;&gt;GetProduct&lt;/span&gt;ViewModelAdapter&lt;/span&gt;&lt;/p&gt;&lt;hr size=&quot;1&quot; style=&quot;border-style:solid;&quot;&gt;&lt;p style=&quot;margin:0px;margin-left:4px;&quot;&gt;&lt;br&gt;&lt;/p&gt;&lt;p style=&quot;margin:0px;margin-left:4px;&quot;&gt;&lt;br&gt;&lt;/p&gt;&lt;hr size=&quot;1&quot; style=&quot;border-style:solid;&quot;&gt;&lt;p style=&quot;margin:0px;margin-left:4px;&quot;&gt;&lt;span style=&quot;color: rgb(63, 63, 63); scrollbar-color: rgb(226, 226, 226) rgb(251, 251, 251); background-color: transparent;&quot;&gt;+Convert&lt;/span&gt;&lt;/p&gt;&lt;p style=&quot;text-align: center; margin: 0px 0px 0px 4px;&quot;&gt;&lt;span style=&quot;color: rgb(63, 63, 63); scrollbar-color: rgb(226, 226, 226) rgb(251, 251, 251); background-color: transparent;&quot;&gt;(Product&lt;/span&gt;&lt;span style=&quot;background-color: transparent; scrollbar-color: rgb(226, 226, 226) rgb(251, 251, 251); color: rgb(63, 63, 63);&quot;&gt;)&lt;/span&gt;&lt;span style=&quot;background-color: transparent; color: rgb(63, 63, 63);&quot;&gt;：GetProductInfoResponse&lt;/span&gt;&lt;/p&gt;" style="verticalAlign=top;align=left;overflow=fill;html=1;whiteSpace=wrap;" parent="1" vertex="1">
                    <mxGeometry x="110" y="1120" width="195" height="120" as="geometry"/>
                </mxCell>
                <mxCell id="95" value="&amp;lt;&amp;lt;Use&amp;gt;&amp;gt;" style="text;html=1;align=center;verticalAlign=middle;whiteSpace=wrap;rounded=0;" parent="1" vertex="1">
                    <mxGeometry x="273.75" y="1080" width="60" height="30" as="geometry"/>
                </mxCell>
                <mxCell id="98" value="&lt;p style=&quot;margin:0px;margin-top:4px;text-align:center;&quot;&gt;&lt;span style=&quot;color: rgb(63, 63, 63);&quot;&gt;&lt;b&gt;UnregisteredEmployeesResponse&lt;/b&gt;&lt;/span&gt;&lt;/p&gt;&lt;hr size=&quot;1&quot; style=&quot;border-style:solid;&quot;&gt;&lt;p style=&quot;margin:0px;margin-left:4px;&quot;&gt;+employees : List&amp;lt;UnregisteredEmployeeItem&amp;gt;&amp;nbsp;&lt;/p&gt;&lt;hr size=&quot;1&quot; style=&quot;border-style:solid;&quot;&gt;&lt;p style=&quot;margin:0px;margin-left:4px;&quot;&gt;&lt;br&gt;&lt;/p&gt;" style="verticalAlign=top;align=left;overflow=fill;html=1;whiteSpace=wrap;" parent="1" vertex="1">
                    <mxGeometry x="2100" y="1290" width="210" height="120" as="geometry"/>
                </mxCell>
                <mxCell id="99" value="&lt;p style=&quot;margin:0px;margin-top:4px;text-align:center;&quot;&gt;&lt;span style=&quot;color: rgb(63, 63, 63);&quot;&gt;&lt;b&gt;UnregisteredEmployeesItem&lt;/b&gt;&lt;/span&gt;&lt;/p&gt;&lt;hr size=&quot;1&quot; style=&quot;border-style:solid;&quot;&gt;&lt;p style=&quot;margin:0px;margin-left:4px;&quot;&gt;&lt;/p&gt;&lt;p style=&quot;margin:0px;margin-left:4px;&quot;&gt;&lt;/p&gt;+employeeId : int&amp;nbsp;&lt;div&gt;+accountName : string&amp;nbsp;&lt;/div&gt;&lt;div&gt;+password : string&lt;/div&gt;" style="verticalAlign=top;align=left;overflow=fill;html=1;whiteSpace=wrap;" parent="1" vertex="1">
                    <mxGeometry x="2100" y="1500" width="210" height="120" as="geometry"/>
                </mxCell>
                <mxCell id="101" value="&lt;p style=&quot;margin:0px;margin-top:4px;text-align:center;&quot;&gt;&lt;span style=&quot;color: rgb(63, 63, 63);&quot;&gt;&lt;b&gt;SearchProductsResponse&lt;/b&gt;&lt;/span&gt;&lt;/p&gt;&lt;hr size=&quot;1&quot; style=&quot;border-style:solid;&quot;&gt;&lt;p style=&quot;margin:0px;margin-left:4px;&quot;&gt;+Products: List&amp;lt;productsItem&amp;gt;&amp;nbsp;&lt;/p&gt;&lt;hr size=&quot;1&quot; style=&quot;border-style:solid;&quot;&gt;&lt;p style=&quot;margin:0px;margin-left:4px;&quot;&gt;&lt;br&gt;&lt;/p&gt;" style="verticalAlign=top;align=left;overflow=fill;html=1;whiteSpace=wrap;" parent="1" vertex="1">
                    <mxGeometry x="520" y="1300" width="210" height="120" as="geometry"/>
                </mxCell>
                <mxCell id="102" value="&lt;p style=&quot;margin:0px;margin-top:4px;text-align:center;&quot;&gt;&lt;span style=&quot;color: rgb(63, 63, 63);&quot;&gt;&lt;b&gt;ProductsItem&lt;/b&gt;&lt;/span&gt;&lt;/p&gt;&lt;hr size=&quot;1&quot; style=&quot;border-style:solid;&quot;&gt;&lt;p style=&quot;margin:0px;margin-left:4px;&quot;&gt;&lt;/p&gt;&lt;p style=&quot;margin:0px;margin-left:4px;&quot;&gt;&lt;/p&gt;+ProductUuid:string&lt;div&gt;+ProductName : string&amp;nbsp;&lt;/div&gt;&lt;div&gt;+Price : int&lt;/div&gt;&lt;div&gt;+ImageUrl : string&lt;/div&gt;" style="verticalAlign=top;align=left;overflow=fill;html=1;whiteSpace=wrap;" parent="1" vertex="1">
                    <mxGeometry x="515" y="1490" width="210" height="120" as="geometry"/>
                </mxCell>
                <mxCell id="103" value="&lt;p style=&quot;margin:0px;margin-top:4px;text-align:center;&quot;&gt;&lt;b&gt;GetProductInfoResponse&lt;/b&gt;&lt;/p&gt;&lt;hr size=&quot;1&quot; style=&quot;border-style:solid;&quot;&gt;&lt;p style=&quot;color: rgb(63, 63, 63); scrollbar-color: rgb(226, 226, 226) rgb(251, 251, 251); margin: 0px 0px 0px 4px;&quot;&gt;&lt;span style=&quot;scrollbar-color: rgb(226, 226, 226) rgb(251, 251, 251); background-color: transparent; color: rgb(63, 63, 63);&quot;&gt;+ProductUuid:string&lt;/span&gt;&lt;/p&gt;&lt;p style=&quot;color: rgb(63, 63, 63); scrollbar-color: rgb(226, 226, 226) rgb(251, 251, 251); margin: 0px 0px 0px 4px;&quot;&gt;&lt;span style=&quot;scrollbar-color: rgb(226, 226, 226) rgb(251, 251, 251); background-color: transparent; color: rgb(63, 63, 63);&quot;&gt;+ProductName : string&lt;/span&gt;&lt;/p&gt;&lt;p style=&quot;color: rgb(63, 63, 63); scrollbar-color: rgb(226, 226, 226) rgb(251, 251, 251); margin: 0px 0px 0px 4px;&quot;&gt;+Price : int&lt;/p&gt;&lt;p style=&quot;color: rgb(63, 63, 63); scrollbar-color: rgb(226, 226, 226) rgb(251, 251, 251); margin: 0px 0px 0px 4px;&quot;&gt;+Stock : int&lt;/p&gt;&lt;p style=&quot;color: rgb(63, 63, 63); scrollbar-color: rgb(226, 226, 226) rgb(251, 251, 251); margin: 0px 0px 0px 4px;&quot;&gt;+CategoryId : string&lt;/p&gt;&lt;p style=&quot;color: rgb(63, 63, 63); scrollbar-color: rgb(226, 226, 226) rgb(251, 251, 251); margin: 0px 0px 0px 4px;&quot;&gt;+ImageUrl : IformFile&lt;/p&gt;&lt;p style=&quot;margin:0px;margin-left:4px;&quot;&gt;&lt;br&gt;&lt;/p&gt;&lt;hr size=&quot;1&quot; style=&quot;border-style:solid;&quot;&gt;&lt;p style=&quot;margin:0px;margin-left:4px;&quot;&gt;&lt;br&gt;&lt;/p&gt;" style="verticalAlign=top;align=left;overflow=fill;html=1;whiteSpace=wrap;" parent="1" vertex="1">
                    <mxGeometry x="122.5" y="1285" width="170" height="150" as="geometry"/>
                </mxCell>
                <mxCell id="105" value="&lt;p style=&quot;margin:0px;margin-top:4px;text-align:center;&quot;&gt;&lt;/p&gt;&lt;p style=&quot;margin:0px;margin-left:4px;&quot;&gt;&lt;b&gt;LoginViewModelAdapter&lt;/b&gt;&lt;/p&gt;&lt;p style=&quot;margin:0px;margin-left:4px;&quot;&gt;&lt;br&gt;&lt;/p&gt;&lt;hr size=&quot;1&quot; style=&quot;border-style:solid;&quot;&gt;&lt;p style=&quot;margin:0px;margin-left:4px;&quot;&gt;&lt;span style=&quot;color: rgb(63, 63, 63); scrollbar-color: rgb(226, 226, 226) rgb(251, 251, 251); background-color: transparent;&quot;&gt;+Convert&lt;/span&gt;&lt;/p&gt;&lt;p style=&quot;text-align: center; margin: 0px 0px 0px 4px;&quot;&gt;&lt;span style=&quot;color: rgb(63, 63, 63); scrollbar-color: rgb(226, 226, 226) rgb(251, 251, 251); background-color: transparent;&quot;&gt;(&lt;/span&gt;&lt;span style=&quot;scrollbar-color: rgb(226, 226, 226) rgb(251, 251, 251); background-color: transparent; text-align: center; color: rgb(63, 63, 63);&quot;&gt;&amp;nbsp;{Token, EmployeeAccount}&lt;/span&gt;&lt;span style=&quot;background-color: transparent; scrollbar-color: rgb(226, 226, 226) rgb(251, 251, 251); color: rgb(63, 63, 63);&quot;&gt;)&lt;/span&gt;&lt;span style=&quot;background-color: transparent; color: rgb(63, 63, 63);&quot;&gt;：TokenResponse&lt;/span&gt;&lt;/p&gt;" style="verticalAlign=top;align=left;overflow=fill;html=1;whiteSpace=wrap;" parent="1" vertex="1">
                    <mxGeometry x="2520" y="1120" width="240" height="120" as="geometry"/>
                </mxCell>
                <mxCell id="112" value="" style="endArrow=open;startArrow=circlePlus;endFill=0;startFill=0;endSize=8;html=1;" parent="1" source="102" target="101" edge="1">
                    <mxGeometry width="160" relative="1" as="geometry">
                        <mxPoint x="650" y="1450" as="sourcePoint"/>
                        <mxPoint x="810" y="1450" as="targetPoint"/>
                    </mxGeometry>
                </mxCell>
                <mxCell id="114" value="" style="endArrow=open;startArrow=circlePlus;endFill=0;startFill=0;endSize=8;html=1;" parent="1" source="99" target="98" edge="1">
                    <mxGeometry width="160" relative="1" as="geometry">
                        <mxPoint x="2170" y="1450" as="sourcePoint"/>
                        <mxPoint x="2330" y="1450" as="targetPoint"/>
                    </mxGeometry>
                </mxCell>
-                 <mxCell id="116" value="GetCategoryResponce" style="swimlane;fontStyle=1;align=center;verticalAlign=top;childLayout=stackLayout;horizontal=1;startSize=26;horizontalStack=0;resizeParent=1;resizeParentMax=0;resizeLast=0;collapsible=1;marginBottom=0;whiteSpace=wrap;html=1;" parent="1" vertex="1">
+                 <mxCell id="116" value="&lt;span style=&quot;color: rgb(63, 63, 63); font-weight: 400;&quot;&gt;GetCategoriesResponse&lt;/span&gt;" style="swimlane;fontStyle=1;align=center;verticalAlign=top;childLayout=stackLayout;horizontal=1;startSize=26;horizontalStack=0;resizeParent=1;resizeParentMax=0;resizeLast=0;collapsible=1;marginBottom=0;whiteSpace=wrap;html=1;" parent="1" vertex="1">
                    <mxGeometry x="-210" y="1330" width="260" height="60" as="geometry"/>
                </mxCell>
                <mxCell id="117" value="&lt;span style=&quot;color: rgb(63, 63, 63);&quot;&gt;+Categories: List&amp;lt;categoriesItem&amp;gt;&amp;nbsp;&lt;/span&gt;" style="text;strokeColor=none;fillColor=none;align=left;verticalAlign=top;spacingLeft=4;spacingRight=4;overflow=hidden;rotatable=0;points=[[0,0.5],[1,0.5]];portConstraint=eastwest;whiteSpace=wrap;html=1;" parent="116" vertex="1">
                    <mxGeometry y="26" width="260" height="26" as="geometry"/>
                </mxCell>
                <mxCell id="118" value="" style="line;strokeWidth=1;fillColor=none;align=left;verticalAlign=middle;spacingTop=-1;spacingLeft=3;spacingRight=3;rotatable=0;labelPosition=right;points=[];portConstraint=eastwest;strokeColor=inherit;" parent="116" vertex="1">
                    <mxGeometry y="52" width="260" height="8" as="geometry"/>
                </mxCell>
                <mxCell id="120" value="&lt;p style=&quot;margin:0px;margin-top:4px;text-align:center;&quot;&gt;&lt;span style=&quot;color: rgb(63, 63, 63);&quot;&gt;&lt;b&gt;CategoriesItem&lt;/b&gt;&lt;/span&gt;&lt;/p&gt;&lt;hr size=&quot;1&quot; style=&quot;border-style:solid;&quot;&gt;&lt;p style=&quot;margin:0px;margin-left:4px;&quot;&gt;&lt;/p&gt;&lt;p style=&quot;margin:0px;margin-left:4px;&quot;&gt;&lt;/p&gt;+CategoryUuid:string&lt;div&gt;&lt;font color=&quot;#000000&quot;&gt;+CategoryId:string&lt;br&gt;&lt;/font&gt;&lt;div&gt;+Name : string&amp;nbsp;&lt;/div&gt;&lt;/div&gt;" style="verticalAlign=top;align=left;overflow=fill;html=1;whiteSpace=wrap;" parent="1" vertex="1">
                    <mxGeometry x="-220" y="1460" width="210" height="120" as="geometry"/>
                </mxCell>
                <mxCell id="121" value="" style="endArrow=open;startArrow=circlePlus;endFill=0;startFill=0;endSize=8;html=1;exitX=0.5;exitY=0;exitDx=0;exitDy=0;" parent="1" source="120" edge="1">
                    <mxGeometry width="160" relative="1" as="geometry">
                        <mxPoint x="630" y="1460" as="sourcePoint"/>
                        <mxPoint x="-115" y="1390" as="targetPoint"/>
                    </mxGeometry>
                </mxCell>
            </root>
        </mxGraphModel>
    </diagram>
</mxfile>